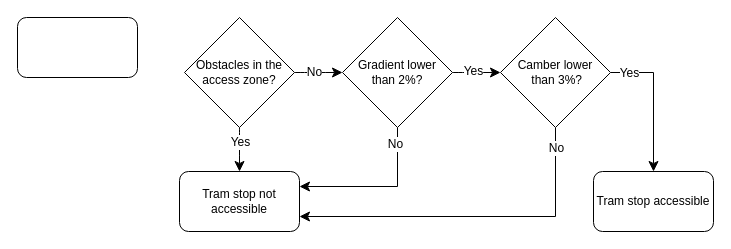
Earlier version of the draw.io diagram Tram_automation_paper.drawio (maradanovic/drawio). Source tidied: cells renumbered, new cells numbered last; positions are measured from the earlier drawing's top-left corner, leaving out a move shared by most shapes. Both pictures are drawn from the tidied source at 100%, with x=0, y=0 at pixel (17, 17).
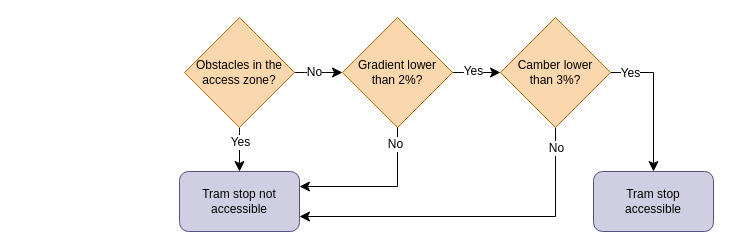
Above is the later version.

Unchanged cells that the change refers to:
```xml
<mxCell id="14" style="edgeStyle=orthogonalEdgeStyle;rounded=0;jettySize=auto;html=1;fontSize=12;startSize=8;endSize=8;entryX=0.5;entryY=0;entryDx=0;entryDy=0;" parent="1" edge="1" source="16" target="19">
  <mxGeometry relative="1" as="geometry">
    <Array as="points">
      <mxPoint x="636" y="55" />
    </Array>
  </mxGeometry>
</mxCell>
```

Change to the diagram source:
```diff
@@
-    <mxCell id="6" value="Obstacles in the access zone?" style="rhombus;whiteSpace=wrap;html=1;" parent="1" vertex="1">
+    <mxCell id="6" value="Obstacles in the access zone?" style="rhombus;whiteSpace=wrap;html=1;fillColor=#fad7ac;strokeColor=#b46504;" parent="1" vertex="1">
       <mxGeometry x="167" width="110" height="110" as="geometry" />
     </mxCell>
-    <mxCell id="7" style="rounded=1;whiteSpace=wrap;html=1;" parent="1" vertex="1">
-      <mxGeometry width="120" height="60" as="geometry" />
-    </mxCell>
-    <mxCell id="8" value="Tram stop not accessible" style="rounded=1;whiteSpace=wrap;html=1;" parent="1" vertex="1">
+    <mxCell id="8" value="Tram stop not accessible" style="rounded=1;whiteSpace=wrap;html=1;fillColor=#d0cee2;strokeColor=#56517e;" parent="1" vertex="1">
       <mxGeometry x="162" y="154" width="120" height="60" as="geometry" />
     </mxCell>
@@
-    <mxCell id="11" value="Gradient lower &lt;br&gt;than 2%?" style="rhombus;whiteSpace=wrap;html=1;" parent="1" vertex="1">
+    <mxCell id="11" value="Gradient lower&lt;div&gt;than 2%?&lt;/div&gt;" style="rhombus;whiteSpace=wrap;html=1;fillColor=#fad7ac;strokeColor=#b46504;" parent="1" vertex="1">
       <mxGeometry x="325" width="110" height="110" as="geometry" />
     </mxCell>
@@
     <mxCell id="15" value="Yes" style="edgeLabel;html=1;align=center;verticalAlign=middle;fontSize=12;" parent="14" vertex="1">
-      <mxGeometry x="-0.74" relative="1" as="geometry" />
+      <mxGeometry x="-0.74" relative="1" as="geometry">
+        <mxPoint x="1" as="offset" />
+      </mxGeometry>
     </mxCell>
-    <mxCell id="16" value="Camber lower&lt;br&gt;&amp;nbsp;than 3%?" style="rhombus;whiteSpace=wrap;html=1;" parent="1" vertex="1">
+    <mxCell id="16" value="Camber lower&lt;br&gt;than 3%?" style="rhombus;whiteSpace=wrap;html=1;fillColor=#fad7ac;strokeColor=#b46504;" parent="1" vertex="1">
       <mxGeometry x="483" width="110" height="110" as="geometry" />
     </mxCell>
@@
-    <mxCell id="19" value="Tram stop accessible" style="rounded=1;whiteSpace=wrap;html=1;" parent="1" vertex="1">
+    <mxCell id="19" value="Tram stop&lt;div&gt;accessible&lt;/div&gt;" style="rounded=1;whiteSpace=wrap;html=1;fillColor=#d0cee2;strokeColor=#56517e;" parent="1" vertex="1">
       <mxGeometry x="576" y="154" width="120" height="60" as="geometry" />
     </mxCell>
```
